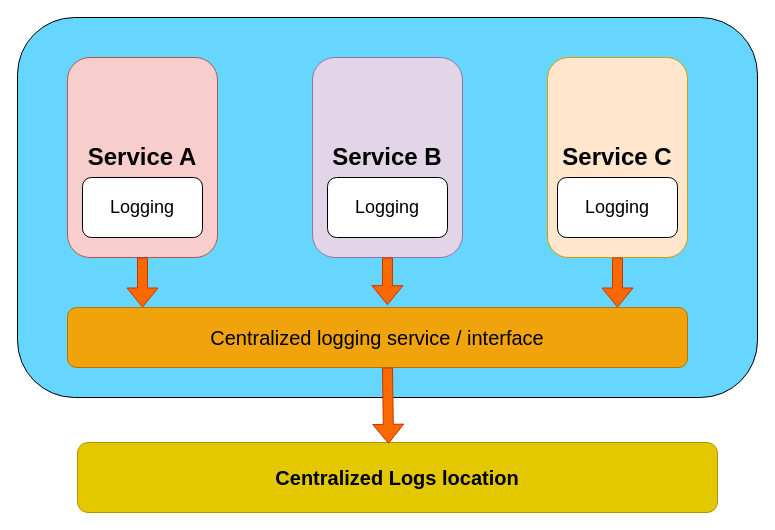
Before: resources/Centralized Logs.drawio in prasad-babu/mydraw.io, a draw.io diagram. Source tidied: cells renumbered, new cells numbered last; positions are measured from the earlier drawing's top-left corner, leaving out a move shared by most shapes. Both pictures are drawn from the tidied source at 100%, with x=0, y=0 at pixel (17, 17).
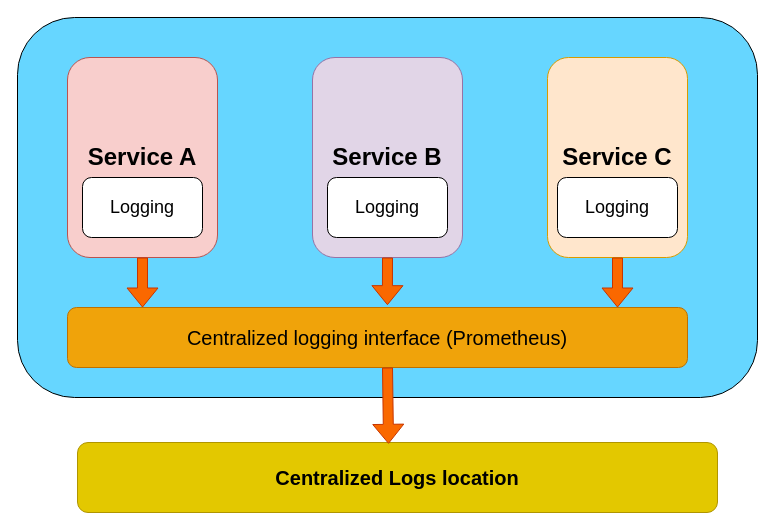
After the change.

Change to the diagram source:
```diff
@@
 <mxGraphModel>
   <root>
     <mxCell id="0" />
     <mxCell id="1" parent="0" />
     <mxCell id="2" style="rounded=1;whiteSpace=wrap;html=1;fillColor=#66D6FF;" parent="1" vertex="1">
       <mxGeometry width="740" height="380" as="geometry" />
     </mxCell>
     <mxCell id="3" value="&lt;font size=&quot;1&quot;&gt;&lt;b style=&quot;font-size: 24px;&quot;&gt;Service A&lt;/b&gt;&lt;/font&gt;" style="rounded=1;whiteSpace=wrap;html=1;fillColor=#f8cecc;strokeColor=#b85450;" parent="1" vertex="1">
       <mxGeometry x="50" y="40" width="150" height="200" as="geometry" />
     </mxCell>
     <mxCell id="4" value="&lt;font style=&quot;font-size: 24px;&quot;&gt;&lt;b&gt;Service B&lt;/b&gt;&lt;/font&gt;" style="rounded=1;whiteSpace=wrap;html=1;fillColor=#e1d5e7;strokeColor=#9673a6;" parent="1" vertex="1">
       <mxGeometry x="295" y="40" width="150" height="200" as="geometry" />
     </mxCell>
     <mxCell id="5" value="&lt;font style=&quot;font-size: 18px;&quot;&gt;Logging&lt;/font&gt;" style="rounded=1;whiteSpace=wrap;html=1;" parent="1" vertex="1">
       <mxGeometry x="65" y="160" width="120" height="60" as="geometry" />
     </mxCell>
     <mxCell id="6" value="&lt;font style=&quot;font-size: 24px;&quot;&gt;&lt;b&gt;Service C&lt;/b&gt;&lt;/font&gt;" style="rounded=1;whiteSpace=wrap;html=1;fillColor=#ffe6cc;strokeColor=#d79b00;" parent="1" vertex="1">
       <mxGeometry x="530" y="40" width="140" height="200" as="geometry" />
     </mxCell>
     <mxCell id="7" value="&lt;font style=&quot;font-size: 18px;&quot;&gt;Logging&lt;/font&gt;" style="rounded=1;whiteSpace=wrap;html=1;" parent="1" vertex="1">
       <mxGeometry x="540" y="160" width="120" height="60" as="geometry" />
     </mxCell>
     <mxCell id="8" value="&lt;font style=&quot;font-size: 18px;&quot;&gt;Logging&lt;/font&gt;" style="rounded=1;whiteSpace=wrap;html=1;" parent="1" vertex="1">
       <mxGeometry x="310" y="160" width="120" height="60" as="geometry" />
     </mxCell>
     <mxCell id="9" value="&lt;font style=&quot;font-size: 20px;&quot;&gt;&lt;b&gt;Centralized Logs location&lt;/b&gt;&lt;/font&gt;" style="rounded=1;whiteSpace=wrap;html=1;fillColor=#e3c800;strokeColor=#B09500;fontColor=#000000;" parent="1" vertex="1">
       <mxGeometry x="60" y="425" width="640" height="70" as="geometry" />
     </mxCell>
     <mxCell id="10" style="shape=flexArrow;endArrow=classic;html=1;rounded=0;exitX=0.5;exitY=1;exitDx=0;exitDy=0;fillColor=#fa6800;strokeColor=#C73500;" parent="1" edge="1" source="3">
       <mxGeometry relative="1" as="geometry">
         <mxPoint x="125" y="290" as="targetPoint" />
       </mxGeometry>
     </mxCell>
     <mxCell id="11" style="shape=flexArrow;endArrow=classic;html=1;rounded=0;exitX=0.5;exitY=1;exitDx=0;exitDy=0;fillColor=#fa6800;strokeColor=#C73500;" parent="1" edge="1" source="6">
       <mxGeometry relative="1" as="geometry">
         <mxPoint x="600" y="290" as="targetPoint" />
       </mxGeometry>
     </mxCell>
     <mxCell id="12" style="shape=flexArrow;endArrow=classic;html=1;rounded=0;entryX=0.516;entryY=-0.039;entryDx=0;entryDy=0;fillColor=#fa6800;strokeColor=#C73500;entryPerimeter=0;" parent="1" edge="1" target="13">
       <mxGeometry relative="1" as="geometry">
         <mxPoint x="370" y="240" as="sourcePoint" />
       </mxGeometry>
     </mxCell>
-    <mxCell id="13" value="Centralized logging service / interface" style="rounded=1;whiteSpace=wrap;html=1;fontSize=20;fillColor=#f0a30a;fontColor=#000000;strokeColor=#BD7000;" parent="1" vertex="1">
+    <mxCell id="13" value="Centralized logging interface (Prometheus)" style="rounded=1;whiteSpace=wrap;html=1;fontSize=20;fillColor=#f0a30a;fontColor=#000000;strokeColor=#BD7000;" parent="1" vertex="1">
       <mxGeometry x="50" y="290" width="620" height="60" as="geometry" />
     </mxCell>
     <mxCell id="14" style="shape=flexArrow;endArrow=classic;html=1;rounded=0;fontSize=20;entryX=0.486;entryY=0.019;entryDx=0;entryDy=0;entryPerimeter=0;fillColor=#fa6800;strokeColor=#C73500;" parent="1" edge="1" target="9">
       <mxGeometry relative="1" as="geometry">
         <mxPoint x="370" y="350" as="sourcePoint" />
       </mxGeometry>
     </mxCell>
   </root>
 </mxGraphModel>
```
